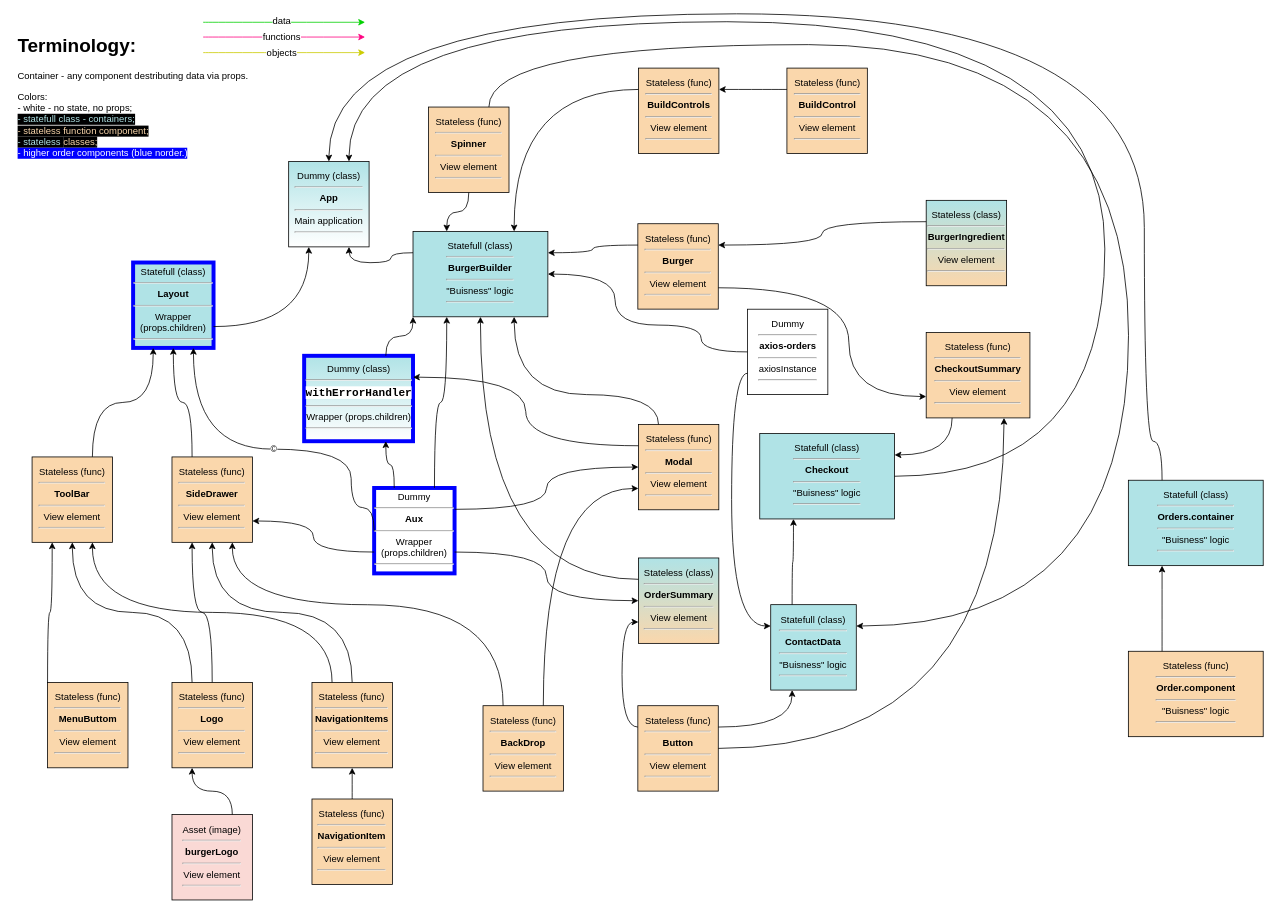
Above: page "Application stracture" (5 of 5) of burger-builder.drawio in Sergey190309/burger-builder (draw.io), before the change. Source tidied: cells renumbered, new cells numbered last; positions are measured from the earlier drawing's top-left corner, leaving out a move shared by most shapes. Both pictures are drawn from the tidied source at 79%, with x=0, y=0 at pixel (13, 13).
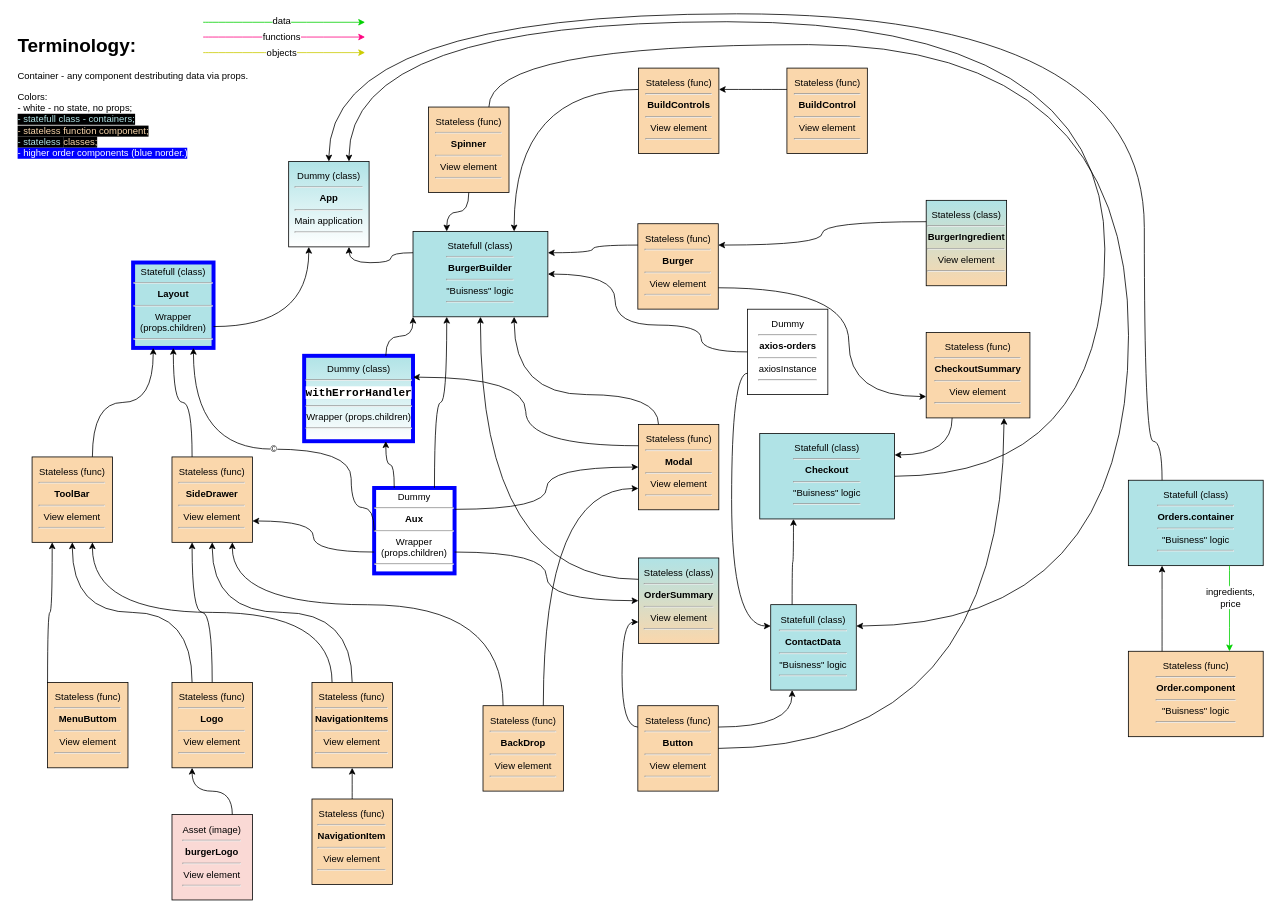
The same diagram, later.

The change refers to these unchanged cells:
```xml
<mxCell id="37" value="Statefull (class)&lt;br&gt;&lt;hr&gt;&lt;b&gt;Orders.container&lt;/b&gt;&lt;br&gt;&lt;hr&gt;&quot;Buisness&quot; logic&lt;br&gt;&lt;hr&gt;" style="rounded=0;whiteSpace=wrap;html=1;fillColor=#b0e3e6;strokeColor=#000000;arcSize=0;glass=0;comic=0;shadow=0;" parent="9" vertex="1">
  <mxGeometry x="1410.8" y="590.4" width="170.7" height="108.1" as="geometry" />
</mxCell>
<mxCell id="38" value="Stateless (func)&lt;br&gt;&lt;hr&gt;&lt;b&gt;Order.component&lt;/b&gt;&lt;br&gt;&lt;hr&gt;&quot;Buisness&quot; logic&lt;br&gt;&lt;hr&gt;" style="rounded=0;whiteSpace=wrap;html=1;fillColor=#FAD7AC;strokeColor=#000000;arcSize=0;glass=0;comic=0;shadow=0;" parent="9" vertex="1">
  <mxGeometry x="1410.8" y="806.9" width="170.7" height="108.1" as="geometry" />
</mxCell>
```

Change to the diagram source:
```diff
@@
+    <mxCell id="82" parent="0" />
+    <mxCell id="83" style="edgeStyle=orthogonalEdgeStyle;rounded=0;jettySize=auto;html=1;exitX=0.75;exitY=1;exitDx=0;exitDy=0;curved=1;entryX=0.75;entryY=0;entryDx=0;entryDy=0;strokeColor=#00D100;" parent="82" edge="1" source="37" target="38">
+      <mxGeometry relative="1" as="geometry" />
+    </mxCell>
+    <mxCell id="84" value="ingredients,&lt;br&gt;price" style="text;html=1;align=center;verticalAlign=middle;labelBackgroundColor=#ffffff;" parent="83" vertex="1">
+      <mxGeometry x="-0.27" y="1" relative="1" as="geometry" />
+    </mxCell>
```
